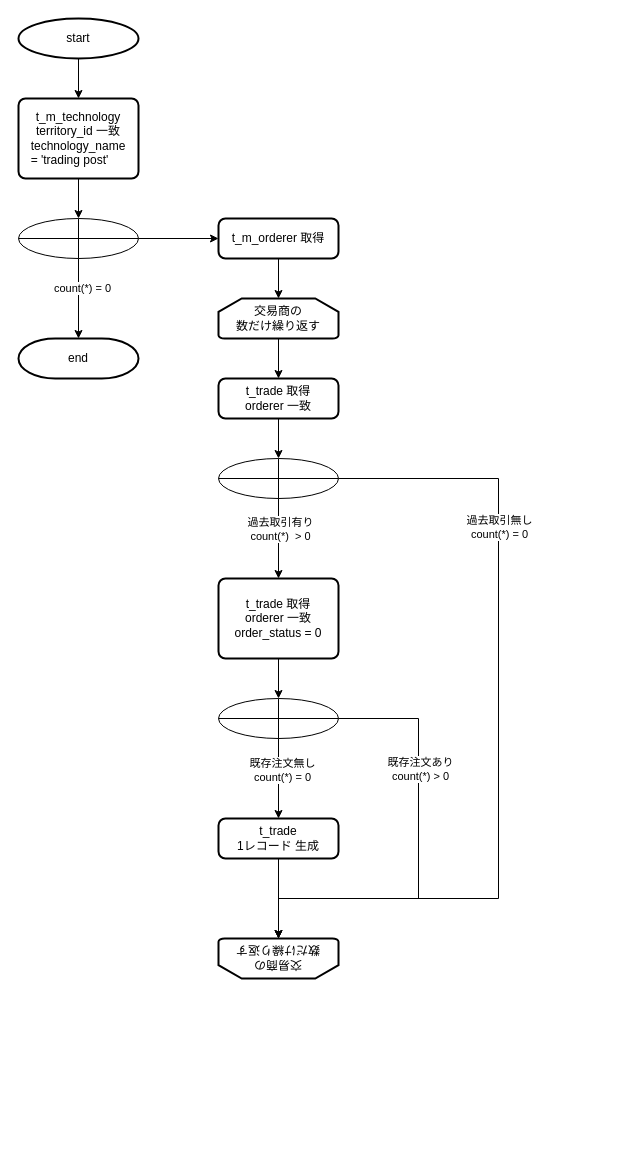
Above: page "注文処理" (4 of 4) of table.drawio in T-Miyaoka/geeklog (draw.io), before the change. Source tidied: cells renumbered, new cells numbered last; positions are measured from the earlier drawing's top-left corner, leaving out a move shared by most shapes. Both pictures are drawn from the tidied source at 100%, with x=0, y=0 at pixel (18, 18).
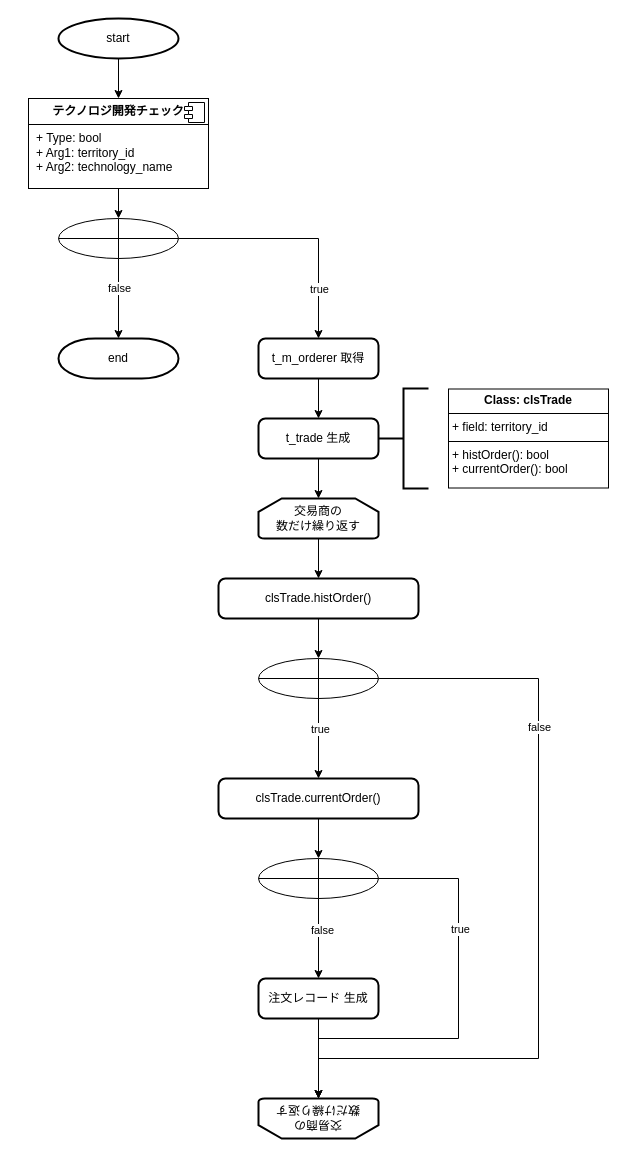
The same page after the edit.

Unchanged cells that the change refers to:
```xml
<mxCell id="4" style="edgeStyle=orthogonalEdgeStyle;rounded=0;jettySize=auto;html=1;" parent="1" edge="1" source="7" target="10">
  <mxGeometry relative="1" as="geometry" />
</mxCell>
<mxCell id="20" style="edgeStyle=orthogonalEdgeStyle;rounded=0;jettySize=auto;html=1;entryX=0.5;entryY=0;entryDx=0;entryDy=0;" parent="1" edge="1" source="18" target="23">
  <mxGeometry relative="1" as="geometry" />
</mxCell>
<mxCell id="27" style="edgeStyle=orthogonalEdgeStyle;rounded=0;jettySize=auto;html=1;exitX=0.5;exitY=1;exitDx=0;exitDy=0;exitPerimeter=0;entryX=0.5;entryY=0;entryDx=0;entryDy=0;" parent="1" edge="1" source="26" target="30">
  <mxGeometry relative="1" as="geometry" />
</mxCell>
```

The edit, as a diff of the source:
```diff
@@
     <mxCell id="2" value="start" style="strokeWidth=2;html=1;shape=mxgraph.flowchart.start_1;whiteSpace=wrap;" parent="1" vertex="1">
-      <mxGeometry width="120" height="40" as="geometry" />
+      <mxGeometry x="40" width="120" height="40" as="geometry" />
     </mxCell>
-    <mxCell id="3" style="edgeStyle=orthogonalEdgeStyle;rounded=0;jettySize=auto;html=1;entryX=0.5;entryY=0;entryDx=0;entryDy=0;exitX=0.5;exitY=1;exitDx=0;exitDy=0;exitPerimeter=0;" parent="1" edge="1" source="2" target="8">
+    <mxCell id="3" style="edgeStyle=orthogonalEdgeStyle;rounded=0;jettySize=auto;html=1;exitX=0.5;exitY=1;exitDx=0;exitDy=0;exitPerimeter=0;" parent="1" edge="1" source="2" target="34">
       <mxGeometry relative="1" as="geometry" />
     </mxCell>
@@
-    <mxCell id="5" value="count(*) = 0" style="edgeLabel;html=1;align=center;verticalAlign=middle;" parent="4" vertex="1">
-      <mxGeometry x="-0.28" y="3" relative="1" as="geometry" />
+    <mxCell id="5" value="false" style="edgeLabel;html=1;align=center;verticalAlign=middle;" parent="4" vertex="1">
+      <mxGeometry x="-0.28" y="3" relative="1" as="geometry">
+        <mxPoint x="-3" as="offset" />
+      </mxGeometry>
     </mxCell>
-    <mxCell id="6" style="edgeStyle=orthogonalEdgeStyle;rounded=0;jettySize=auto;html=1;entryX=0;entryY=0.5;entryDx=0;entryDy=0;" parent="1" edge="1" source="7" target="11">
+    <mxCell id="6" style="edgeStyle=orthogonalEdgeStyle;rounded=0;jettySize=auto;html=1;entryX=0.5;entryY=0;entryDx=0;entryDy=0;" parent="1" edge="1" source="7" target="11">
       <mxGeometry relative="1" as="geometry" />
     </mxCell>
+    <mxCell id="32" value="true" style="edgeLabel;html=1;align=center;verticalAlign=middle;" parent="6" vertex="1">
+      <mxGeometry x="-0.26" relative="1" as="geometry">
+        <mxPoint x="51" y="50" as="offset" />
+      </mxGeometry>
+    </mxCell>
     <mxCell id="7" style="verticalLabelPosition=bottom;verticalAlign=top;html=1;shape=mxgraph.flowchart.summing_function;" parent="1" vertex="1">
-      <mxGeometry y="200" width="120" height="40" as="geometry" />
+      <mxGeometry x="40" y="200" width="120" height="40" as="geometry" />
     </mxCell>
-    <mxCell id="8" value="&lt;span style=&quot;text-wrap: nowrap;&quot;&gt;&lt;font style=&quot;font-size: 12px;&quot;&gt;t_m_technology&lt;/font&gt;&lt;/span&gt;&lt;div&gt;&lt;span style=&quot;text-wrap: nowrap;&quot;&gt;territory&lt;/span&gt;&lt;span style=&quot;text-align: left;&quot;&gt;_id 一致&lt;/span&gt;&lt;span style=&quot;text-wrap: nowrap;&quot;&gt;&lt;font style=&quot;font-size: 12px;&quot;&gt;&lt;br&gt;&lt;/font&gt;&lt;/span&gt;&lt;/div&gt;&lt;div&gt;&lt;span style=&quot;text-align: left;&quot;&gt;technology_name&lt;br&gt;&lt;/span&gt;&lt;/div&gt;&lt;div style=&quot;text-align: left;&quot;&gt;= 'trading post'&lt;/div&gt;" style="rounded=1;whiteSpace=wrap;html=1;absoluteArcSize=1;arcSize=14;strokeWidth=2;" parent="1" vertex="1">
-      <mxGeometry y="80" width="120" height="80" as="geometry" />
-    </mxCell>
-    <mxCell id="9" style="edgeStyle=orthogonalEdgeStyle;rounded=0;jettySize=auto;html=1;entryX=0.5;entryY=0;entryDx=0;entryDy=0;entryPerimeter=0;" parent="1" edge="1" source="8" target="7">
+    <mxCell id="9" style="edgeStyle=orthogonalEdgeStyle;rounded=0;jettySize=auto;html=1;" parent="1" edge="1" source="34" target="7">
       <mxGeometry relative="1" as="geometry" />
     </mxCell>
     <mxCell id="10" value="end" style="strokeWidth=2;html=1;shape=mxgraph.flowchart.terminator;whiteSpace=wrap;" parent="1" vertex="1">
-      <mxGeometry y="320" width="120" height="40" as="geometry" />
+      <mxGeometry x="40" y="320" width="120" height="40" as="geometry" />
     </mxCell>
+    <mxCell id="33" style="edgeStyle=orthogonalEdgeStyle;rounded=0;jettySize=auto;html=1;" parent="1" edge="1" source="11" target="36">
+      <mxGeometry relative="1" as="geometry" />
+    </mxCell>
     <mxCell id="11" value="&lt;span style=&quot;text-wrap: nowrap;&quot;&gt;t_m_orderer 取得&lt;/span&gt;" style="rounded=1;whiteSpace=wrap;html=1;absoluteArcSize=1;arcSize=14;strokeWidth=2;" parent="1" vertex="1">
-      <mxGeometry x="200" y="200" width="120" height="40" as="geometry" />
+      <mxGeometry x="240" y="320" width="120" height="40" as="geometry" />
     </mxCell>
@@
     <mxCell id="13" value="交易商の&lt;div&gt;数だけ繰り返す&lt;/div&gt;" style="strokeWidth=2;html=1;shape=mxgraph.flowchart.loop_limit;whiteSpace=wrap;" parent="1" vertex="1">
-      <mxGeometry x="200" y="280" width="120" height="40" as="geometry" />
+      <mxGeometry x="240" y="480" width="120" height="40" as="geometry" />
     </mxCell>
-    <mxCell id="14" style="edgeStyle=orthogonalEdgeStyle;rounded=0;jettySize=auto;html=1;entryX=0.5;entryY=0;entryDx=0;entryDy=0;entryPerimeter=0;" parent="1" edge="1" source="11" target="13">
+    <mxCell id="14" style="edgeStyle=orthogonalEdgeStyle;rounded=0;jettySize=auto;html=1;entryX=0.5;entryY=0;entryDx=0;entryDy=0;entryPerimeter=0;exitX=0.5;exitY=1;exitDx=0;exitDy=0;" parent="1" edge="1" source="36" target="13">
       <mxGeometry relative="1" as="geometry" />
     </mxCell>
-    <mxCell id="15" value="&lt;font style=&quot;font-size: 12px;&quot;&gt;&lt;span style=&quot;text-wrap: nowrap;&quot;&gt;t_trade&lt;/span&gt;&lt;span style=&quot;text-wrap: nowrap;&quot;&gt;&amp;nbsp;取得&lt;/span&gt;&lt;/font&gt;&lt;div&gt;&lt;font style=&quot;font-size: 12px;&quot;&gt;&lt;span style=&quot;text-align: left;&quot;&gt;orderer 一致&lt;/span&gt;&lt;span style=&quot;text-wrap: nowrap;&quot;&gt;&lt;br&gt;&lt;/span&gt;&lt;/font&gt;&lt;/div&gt;" style="rounded=1;whiteSpace=wrap;html=1;absoluteArcSize=1;arcSize=14;strokeWidth=2;" parent="1" vertex="1">
-      <mxGeometry x="200" y="360" width="120" height="40" as="geometry" />
+    <mxCell id="15" value="&lt;div&gt;&lt;font style=&quot;font-size: 12px;&quot;&gt;&lt;span style=&quot;background-color: initial;&quot;&gt;clsTrade.&lt;/span&gt;&lt;span style=&quot;text-align: left;&quot;&gt;histOrder()&lt;/span&gt;&lt;span style=&quot;text-wrap: nowrap;&quot;&gt;&lt;br&gt;&lt;/span&gt;&lt;/font&gt;&lt;/div&gt;" style="rounded=1;whiteSpace=wrap;html=1;absoluteArcSize=1;arcSize=14;strokeWidth=2;" parent="1" vertex="1">
+      <mxGeometry x="200" y="560" width="200" height="40" as="geometry" />
     </mxCell>
     <mxCell id="16" style="edgeStyle=orthogonalEdgeStyle;rounded=0;jettySize=auto;html=1;entryX=0.5;entryY=1;entryDx=0;entryDy=0;entryPerimeter=0;" parent="1" edge="1" source="18" target="22">
       <mxGeometry relative="1" as="geometry">
         <Array as="points">
-          <mxPoint x="480" y="460" />
-          <mxPoint x="480" y="880" />
-          <mxPoint x="260" y="880" />
+          <mxPoint x="520" y="660" />
+          <mxPoint x="520" y="1040" />
+          <mxPoint x="300" y="1040" />
         </Array>
       </mxGeometry>
     </mxCell>
-    <mxCell id="17" value="&lt;div&gt;過去取引無し&lt;/div&gt;count(*) = 0" style="edgeLabel;html=1;align=center;verticalAlign=middle;" parent="16" vertex="1">
+    <mxCell id="17" value="false&lt;div&gt;&lt;/div&gt;" style="edgeLabel;html=1;align=center;verticalAlign=middle;" parent="16" vertex="1">
       <mxGeometry x="-0.49" y="-3" relative="1" as="geometry">
-        <mxPoint x="3" y="-6" as="offset" />
+        <mxPoint x="3" y="4" as="offset" />
       </mxGeometry>
     </mxCell>
     <mxCell id="18" style="verticalLabelPosition=bottom;verticalAlign=top;html=1;shape=mxgraph.flowchart.summing_function;" parent="1" vertex="1">
-      <mxGeometry x="200" y="440" width="120" height="40" as="geometry" />
+      <mxGeometry x="240" y="640" width="120" height="40" as="geometry" />
     </mxCell>
@@
-    <mxCell id="21" value="&lt;div&gt;過去取引有り&lt;/div&gt;count(*)&amp;nbsp; &amp;gt; 0" style="edgeLabel;html=1;align=center;verticalAlign=middle;" parent="20" vertex="1">
+    <mxCell id="21" value="true&lt;div&gt;&lt;/div&gt;" style="edgeLabel;html=1;align=center;verticalAlign=middle;" parent="20" vertex="1">
       <mxGeometry x="-0.12" y="1" relative="1" as="geometry">
         <mxPoint y="-5" as="offset" />
       </mxGeometry>
     </mxCell>
     <mxCell id="22" value="交易商の&lt;div&gt;数だけ繰り返す&lt;/div&gt;" style="strokeWidth=2;html=1;shape=mxgraph.flowchart.loop_limit;whiteSpace=wrap;rotation=-180;" parent="1" vertex="1">
-      <mxGeometry x="200" y="920" width="120" height="40" as="geometry" />
+      <mxGeometry x="240" y="1080" width="120" height="40" as="geometry" />
     </mxCell>
-    <mxCell id="23" value="&lt;font style=&quot;font-size: 12px;&quot;&gt;&lt;span style=&quot;text-wrap: nowrap;&quot;&gt;t_trade&lt;/span&gt;&lt;span style=&quot;text-wrap: nowrap;&quot;&gt;&amp;nbsp;取得&lt;/span&gt;&lt;/font&gt;&lt;div&gt;&lt;font style=&quot;font-size: 12px;&quot;&gt;&lt;span style=&quot;text-align: left;&quot;&gt;orderer 一致&lt;/span&gt;&lt;span style=&quot;text-wrap: nowrap;&quot;&gt;&lt;br&gt;&lt;/span&gt;&lt;/font&gt;&lt;/div&gt;&lt;div&gt;&lt;font style=&quot;font-size: 12px;&quot;&gt;&lt;span style=&quot;text-align: left;&quot;&gt;order_status = 0&lt;/span&gt;&lt;/font&gt;&lt;/div&gt;" style="rounded=1;whiteSpace=wrap;html=1;absoluteArcSize=1;arcSize=14;strokeWidth=2;" parent="1" vertex="1">
-      <mxGeometry x="200" y="560" width="120" height="80" as="geometry" />
+    <mxCell id="23" value="clsTrade.&lt;span style=&quot;text-align: left;&quot;&gt;currentOrder()&lt;/span&gt;" style="rounded=1;whiteSpace=wrap;html=1;absoluteArcSize=1;arcSize=14;strokeWidth=2;" parent="1" vertex="1">
+      <mxGeometry x="200" y="760" width="200" height="40" as="geometry" />
     </mxCell>
     <mxCell id="24" style="edgeStyle=orthogonalEdgeStyle;rounded=0;jettySize=auto;html=1;entryX=0.5;entryY=1;entryDx=0;entryDy=0;entryPerimeter=0;" parent="1" edge="1" source="26" target="22">
       <mxGeometry relative="1" as="geometry">
         <Array as="points">
-          <mxPoint x="400" y="700" />
-          <mxPoint x="400" y="880" />
-          <mxPoint x="260" y="880" />
+          <mxPoint x="440" y="860" />
+          <mxPoint x="440" y="1020" />
+          <mxPoint x="300" y="1020" />
         </Array>
       </mxGeometry>
     </mxCell>
-    <mxCell id="25" value="既存注文あり&lt;div&gt;count(*) &amp;gt; 0&lt;/div&gt;" style="edgeLabel;html=1;align=center;verticalAlign=middle;" parent="24" vertex="1">
+    <mxCell id="25" value="true" style="edgeLabel;html=1;align=center;verticalAlign=middle;" parent="24" vertex="1">
       <mxGeometry x="-0.44" y="1" relative="1" as="geometry">
         <mxPoint y="7" as="offset" />
       </mxGeometry>
     </mxCell>
     <mxCell id="26" style="verticalLabelPosition=bottom;verticalAlign=top;html=1;shape=mxgraph.flowchart.summing_function;" parent="1" vertex="1">
-      <mxGeometry x="200" y="680" width="120" height="40" as="geometry" />
+      <mxGeometry x="240" y="840" width="120" height="40" as="geometry" />
     </mxCell>
@@
-    <mxCell id="28" value="&lt;div&gt;既存注文無し&lt;/div&gt;count(*) = 0" style="edgeLabel;html=1;align=center;verticalAlign=middle;" parent="27" vertex="1">
+    <mxCell id="28" value="false&lt;div&gt;&lt;/div&gt;" style="edgeLabel;html=1;align=center;verticalAlign=middle;" parent="27" vertex="1">
       <mxGeometry x="-0.23" y="3" relative="1" as="geometry" />
     </mxCell>
@@
-    <mxCell id="30" value="&lt;span style=&quot;text-wrap: nowrap;&quot;&gt;t_trade&lt;/span&gt;&lt;br&gt;&lt;div&gt;&lt;span style=&quot;text-wrap: nowrap;&quot;&gt;1レコード 生成&lt;/span&gt;&lt;/div&gt;" style="rounded=1;whiteSpace=wrap;html=1;absoluteArcSize=1;arcSize=14;strokeWidth=2;" parent="1" vertex="1">
-      <mxGeometry x="200" y="800" width="120" height="40" as="geometry" />
+    <mxCell id="30" value="&lt;div&gt;&lt;span style=&quot;text-wrap: nowrap;&quot;&gt;注文レコード 生成&lt;/span&gt;&lt;/div&gt;" style="rounded=1;whiteSpace=wrap;html=1;absoluteArcSize=1;arcSize=14;strokeWidth=2;" parent="1" vertex="1">
+      <mxGeometry x="240" y="960" width="120" height="40" as="geometry" />
     </mxCell>
@@
+    <mxCell id="34" value="&lt;p style=&quot;margin:0px;margin-top:6px;text-align:center;&quot;&gt;&lt;b&gt;&lt;font style=&quot;font-size: 12px;&quot;&gt;テクノロジ開発チェック&lt;/font&gt;&lt;/b&gt;&lt;/p&gt;&lt;hr size=&quot;1&quot; style=&quot;border-style:solid;&quot;&gt;&lt;p style=&quot;margin:0px;margin-left:8px;&quot;&gt;&lt;font style=&quot;font-size: 12px;&quot;&gt;&lt;font style=&quot;font-size: 12px;&quot;&gt;+ Type: bool&lt;br&gt;&lt;/font&gt;&lt;/font&gt;&lt;/p&gt;&lt;p style=&quot;margin:0px;margin-left:8px;&quot;&gt;&lt;font style=&quot;font-size: 12px;&quot;&gt;&lt;font style=&quot;font-size: 12px;&quot;&gt;+ Arg1:&amp;nbsp;&lt;span style=&quot;text-wrap: nowrap; text-align: center;&quot;&gt;territory&lt;/span&gt;&lt;span style=&quot;&quot;&gt;_id&lt;/span&gt;&lt;br&gt;+ Arg2:&amp;nbsp;&lt;/font&gt;&lt;span style=&quot;background-color: initial;&quot;&gt;technology_name&lt;/span&gt;&lt;/font&gt;&lt;/p&gt;" style="align=left;overflow=fill;html=1;whiteSpace=wrap;" parent="1" vertex="1">
+      <mxGeometry x="10" y="80" width="180" height="90" as="geometry" />
+    </mxCell>
+    <mxCell id="35" style="shape=component;jettyWidth=8;jettyHeight=4;" parent="34" vertex="1">
+      <mxGeometry x="1" width="20" height="20" relative="1" as="geometry">
+        <mxPoint x="-24" y="4" as="offset" />
+      </mxGeometry>
+    </mxCell>
+    <mxCell id="36" value="&lt;span style=&quot;text-wrap: nowrap;&quot;&gt;t_trade 生成&lt;/span&gt;" style="rounded=1;whiteSpace=wrap;html=1;absoluteArcSize=1;arcSize=14;strokeWidth=2;" parent="1" vertex="1">
+      <mxGeometry x="240" y="400" width="120" height="40" as="geometry" />
+    </mxCell>
+    <mxCell id="37" value="&lt;p style=&quot;margin:0px;margin-top:4px;text-align:center;&quot;&gt;&lt;b&gt;Class: clsTrade&lt;/b&gt;&lt;/p&gt;&lt;hr size=&quot;1&quot; style=&quot;border-style:solid;&quot;&gt;&lt;p style=&quot;margin:0px;margin-left:4px;&quot;&gt;+ field:&amp;nbsp;&lt;span style=&quot;background-color: initial; text-wrap: nowrap; text-align: center;&quot;&gt;territory&lt;/span&gt;&lt;span style=&quot;background-color: initial;&quot;&gt;_id&lt;/span&gt;&lt;/p&gt;&lt;hr size=&quot;1&quot; style=&quot;border-style:solid;&quot;&gt;&lt;p style=&quot;margin:0px;margin-left:4px;&quot;&gt;+ histOrder(): bool&lt;/p&gt;&lt;p style=&quot;margin:0px;margin-left:4px;&quot;&gt;+ currentOrder(): bool&lt;br&gt;&lt;/p&gt;" style="verticalAlign=top;align=left;overflow=fill;html=1;whiteSpace=wrap;" parent="1" vertex="1">
+      <mxGeometry x="430" y="370.5" width="160" height="99" as="geometry" />
+    </mxCell>
+    <mxCell id="38" style="strokeWidth=2;html=1;shape=mxgraph.flowchart.annotation_2;align=left;labelPosition=right;" parent="1" vertex="1">
+      <mxGeometry x="360" y="370" width="50" height="100" as="geometry" />
+    </mxCell>
```
